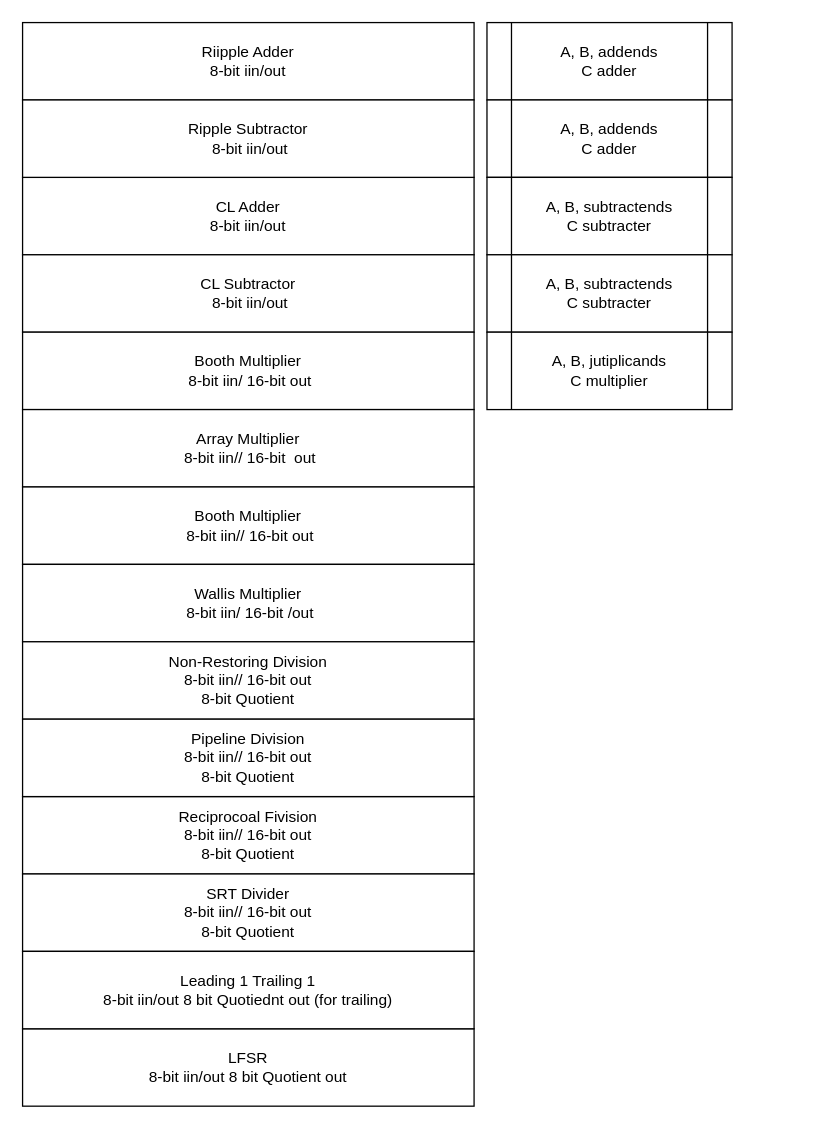
sean-galloway/RTLDesignSherpa keeps this draw.io diagram as page "Page-1" (1 of 2) of common/common_tb/ksalu/KSALU_Block_Diagram.drawio. Above is the earlier version. Source tidied: cells renumbered, new cells numbered last; positions are measured from the earlier drawing's top-left corner, leaving out a move shared by most shapes. Both pictures are drawn from the tidied source at 129%, with x=0, y=0 at pixel (22, 22).
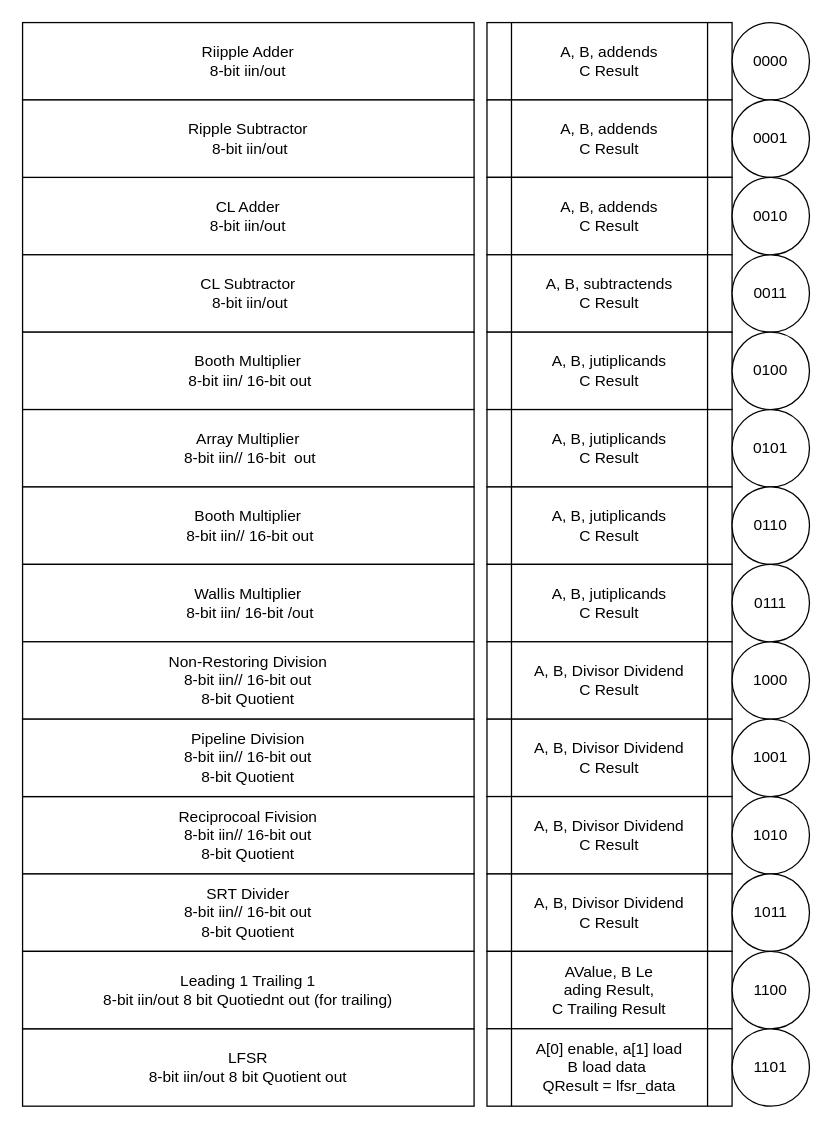
Above is the later version.

Diff of the diagram source:
```diff
@@
-    <mxCell id="16" value="A, B, addends&lt;br&gt;C adder" style="shape=process;whiteSpace=wrap;html=1;backgroundOutline=1;" parent="1" vertex="1">
+    <mxCell id="16" value="A, B, addends&lt;br&gt;C Result" style="shape=process;whiteSpace=wrap;html=1;backgroundOutline=1;" parent="1" vertex="1">
       <mxGeometry x="360" width="190" height="60" as="geometry" />
     </mxCell>
-    <mxCell id="17" value="A, B, addends&lt;br&gt;C adder" style="shape=process;whiteSpace=wrap;html=1;backgroundOutline=1;" parent="1" vertex="1">
+    <mxCell id="17" value="A, B, addends&lt;br&gt;C Result" style="shape=process;whiteSpace=wrap;html=1;backgroundOutline=1;" parent="1" vertex="1">
       <mxGeometry x="360" y="60" width="190" height="60" as="geometry" />
     </mxCell>
-    <mxCell id="18" value="A, B, subtractends&lt;br&gt;C subtracter" style="shape=process;whiteSpace=wrap;html=1;backgroundOutline=1;" parent="1" vertex="1">
+    <mxCell id="18" value="A, B, addends&lt;br&gt;C Result" style="shape=process;whiteSpace=wrap;html=1;backgroundOutline=1;" parent="1" vertex="1">
       <mxGeometry x="360" y="120" width="190" height="60" as="geometry" />
     </mxCell>
-    <mxCell id="19" value="A, B, subtractends&lt;br&gt;C subtracter" style="shape=process;whiteSpace=wrap;html=1;backgroundOutline=1;" parent="1" vertex="1">
+    <mxCell id="19" value="A, B, subtractends&lt;br&gt;C Result" style="shape=process;whiteSpace=wrap;html=1;backgroundOutline=1;" parent="1" vertex="1">
       <mxGeometry x="360" y="180" width="190" height="60" as="geometry" />
     </mxCell>
-    <mxCell id="20" value="A, B, jutiplicands&lt;br&gt;C multiplier" style="shape=process;whiteSpace=wrap;html=1;backgroundOutline=1;" parent="1" vertex="1">
+    <mxCell id="20" value="A, B, jutiplicands&lt;br&gt;C Result" style="shape=process;whiteSpace=wrap;html=1;backgroundOutline=1;" parent="1" vertex="1">
       <mxGeometry x="360" y="240" width="190" height="60" as="geometry" />
     </mxCell>
+    <mxCell id="21" value="A, B, jutiplicands&lt;br&gt;C Result" style="shape=process;whiteSpace=wrap;html=1;backgroundOutline=1;" parent="1" vertex="1">
+      <mxGeometry x="360" y="300" width="190" height="60" as="geometry" />
+    </mxCell>
+    <mxCell id="22" value="A, B, jutiplicands&lt;br&gt;C Result" style="shape=process;whiteSpace=wrap;html=1;backgroundOutline=1;" parent="1" vertex="1">
+      <mxGeometry x="360" y="360" width="190" height="60" as="geometry" />
+    </mxCell>
+    <mxCell id="23" value="A, B, jutiplicands&lt;br&gt;C Result" style="shape=process;whiteSpace=wrap;html=1;backgroundOutline=1;" parent="1" vertex="1">
+      <mxGeometry x="360" y="420" width="190" height="60" as="geometry" />
+    </mxCell>
+    <mxCell id="24" value="A, B, Divisor Dividend&lt;br&gt;C Result" style="shape=process;whiteSpace=wrap;html=1;backgroundOutline=1;" parent="1" vertex="1">
+      <mxGeometry x="360" y="480" width="190" height="60" as="geometry" />
+    </mxCell>
+    <mxCell id="25" value="A, B, Divisor Dividend&lt;br&gt;C Result" style="shape=process;whiteSpace=wrap;html=1;backgroundOutline=1;" parent="1" vertex="1">
+      <mxGeometry x="360" y="540" width="190" height="60" as="geometry" />
+    </mxCell>
+    <mxCell id="26" value="A, B, Divisor Dividend&lt;br&gt;C Result" style="shape=process;whiteSpace=wrap;html=1;backgroundOutline=1;" parent="1" vertex="1">
+      <mxGeometry x="360" y="600" width="190" height="60" as="geometry" />
+    </mxCell>
+    <mxCell id="27" value="A, B, Divisor Dividend&lt;br&gt;C Result" style="shape=process;whiteSpace=wrap;html=1;backgroundOutline=1;" parent="1" vertex="1">
+      <mxGeometry x="360" y="660" width="190" height="60" as="geometry" />
+    </mxCell>
+    <mxCell id="28" value="AValue, B Le&lt;br&gt;ading Result,&lt;br&gt;C Trailing Result" style="shape=process;whiteSpace=wrap;html=1;backgroundOutline=1;" parent="1" vertex="1">
+      <mxGeometry x="360" y="720" width="190" height="60" as="geometry" />
+    </mxCell>
+    <mxCell id="29" value="A[0] enable, a[1] load&lt;br&gt;B load data&amp;nbsp;&lt;br&gt;QResult = lfsr_data" style="shape=process;whiteSpace=wrap;html=1;backgroundOutline=1;" parent="1" vertex="1">
+      <mxGeometry x="360" y="780" width="190" height="60" as="geometry" />
+    </mxCell>
+    <mxCell id="30" value="0000" style="ellipse;whiteSpace=wrap;html=1;" parent="1" vertex="1">
+      <mxGeometry x="550" width="60" height="60" as="geometry" />
+    </mxCell>
+    <mxCell id="31" value="0001" style="ellipse;whiteSpace=wrap;html=1;" parent="1" vertex="1">
+      <mxGeometry x="550" y="60" width="60" height="60" as="geometry" />
+    </mxCell>
+    <mxCell id="32" value="0010" style="ellipse;whiteSpace=wrap;html=1;" parent="1" vertex="1">
+      <mxGeometry x="550" y="120" width="60" height="60" as="geometry" />
+    </mxCell>
+    <mxCell id="33" value="0011" style="ellipse;whiteSpace=wrap;html=1;" parent="1" vertex="1">
+      <mxGeometry x="550" y="180" width="60" height="60" as="geometry" />
+    </mxCell>
+    <mxCell id="34" value="0100" style="ellipse;whiteSpace=wrap;html=1;" parent="1" vertex="1">
+      <mxGeometry x="550" y="240" width="60" height="60" as="geometry" />
+    </mxCell>
+    <mxCell id="35" value="0101" style="ellipse;whiteSpace=wrap;html=1;" parent="1" vertex="1">
+      <mxGeometry x="550" y="300" width="60" height="60" as="geometry" />
+    </mxCell>
+    <mxCell id="36" value="0110" style="ellipse;whiteSpace=wrap;html=1;" parent="1" vertex="1">
+      <mxGeometry x="550" y="360" width="60" height="60" as="geometry" />
+    </mxCell>
+    <mxCell id="37" value="0111" style="ellipse;whiteSpace=wrap;html=1;" parent="1" vertex="1">
+      <mxGeometry x="550" y="420" width="60" height="60" as="geometry" />
+    </mxCell>
+    <mxCell id="38" value="1000" style="ellipse;whiteSpace=wrap;html=1;" parent="1" vertex="1">
+      <mxGeometry x="550" y="480" width="60" height="60" as="geometry" />
+    </mxCell>
+    <mxCell id="39" value="1001" style="ellipse;whiteSpace=wrap;html=1;" parent="1" vertex="1">
+      <mxGeometry x="550" y="540" width="60" height="60" as="geometry" />
+    </mxCell>
+    <mxCell id="40" value="1010" style="ellipse;whiteSpace=wrap;html=1;" parent="1" vertex="1">
+      <mxGeometry x="550" y="600" width="60" height="60" as="geometry" />
+    </mxCell>
+    <mxCell id="41" value="1011" style="ellipse;whiteSpace=wrap;html=1;" parent="1" vertex="1">
+      <mxGeometry x="550" y="660" width="60" height="60" as="geometry" />
+    </mxCell>
+    <mxCell id="42" value="1100" style="ellipse;whiteSpace=wrap;html=1;" parent="1" vertex="1">
+      <mxGeometry x="550" y="720" width="60" height="60" as="geometry" />
+    </mxCell>
+    <mxCell id="43" value="1101" style="ellipse;whiteSpace=wrap;html=1;" parent="1" vertex="1">
+      <mxGeometry x="550" y="780" width="60" height="60" as="geometry" />
+    </mxCell>
```
